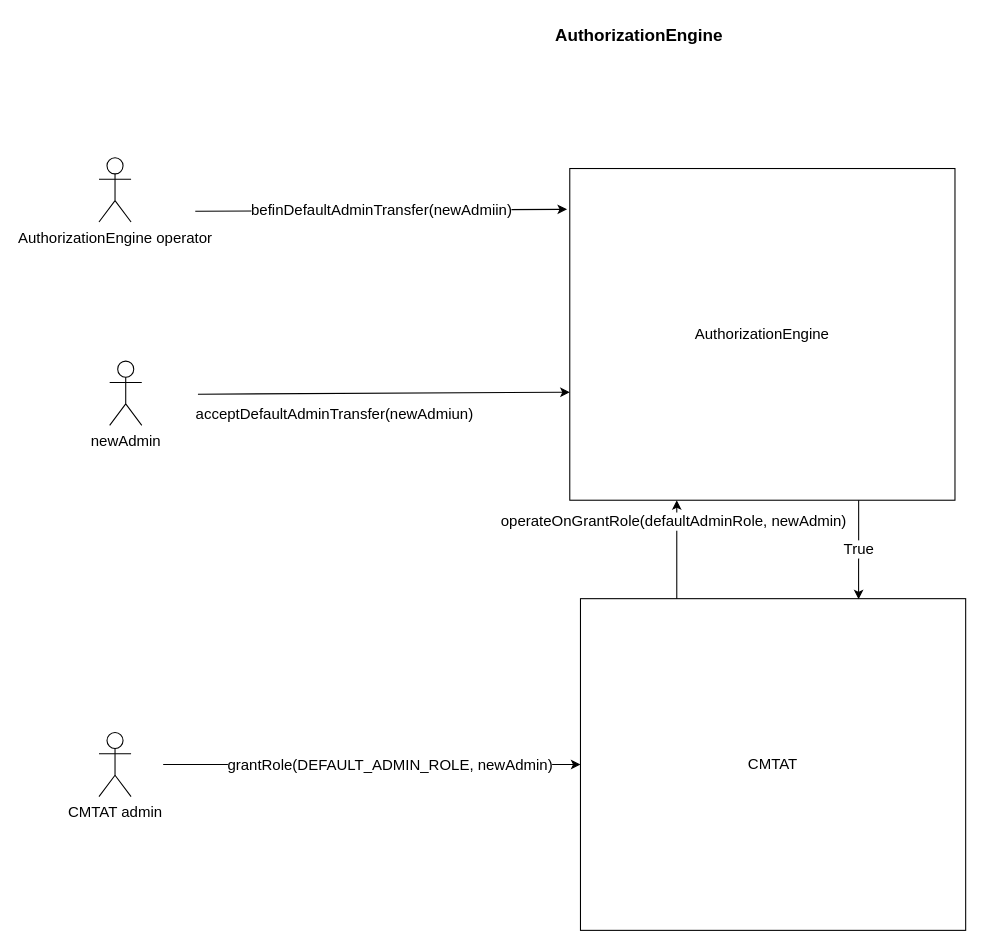
This is doc/schema/authorizationEngine.drawio from CMTA/AuthorizationEngine, a draw.io file, before an edit. Source tidied: cells renumbered, new cells numbered last; positions are measured from the earlier drawing's top-left corner, leaving out a move shared by most shapes. Both pictures are drawn from the tidied source at 107%, with x=0, y=0 at pixel (98, 18).
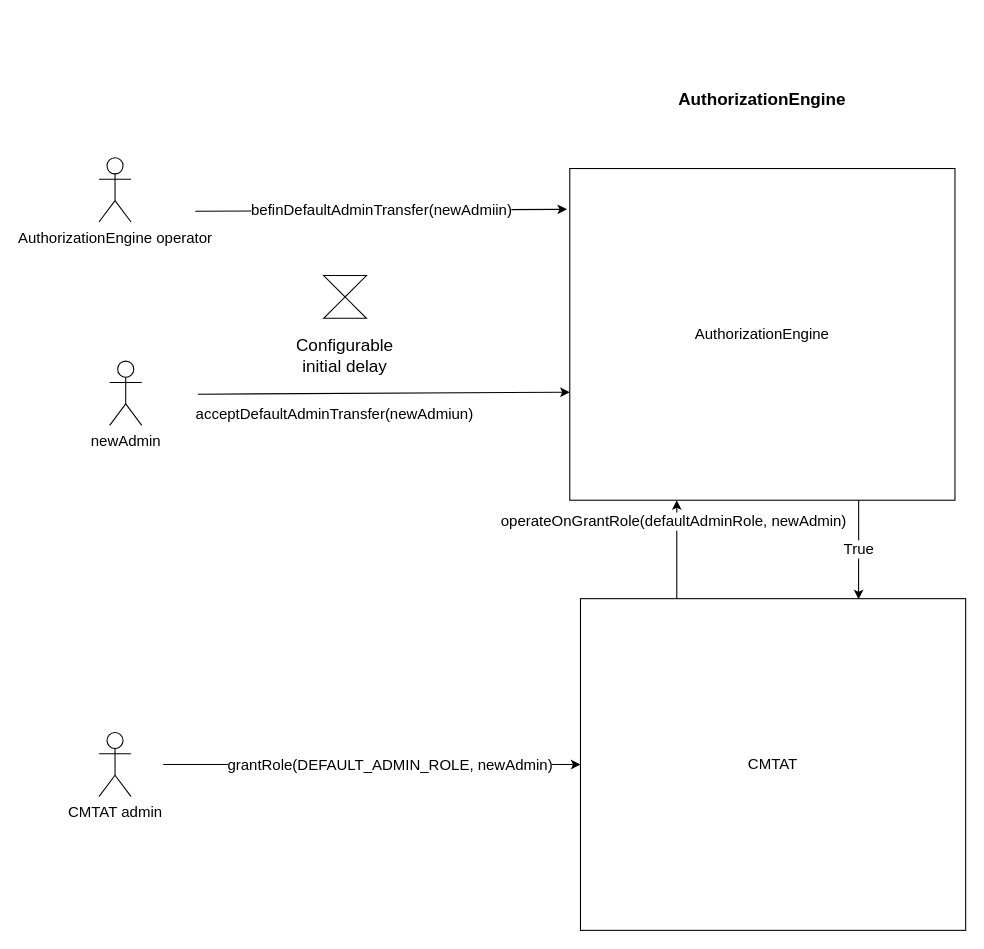
Above is the later version.

The edit, as a diff of the source:
```diff
@@
 <mxGraphModel>
   <root>
     <mxCell id="0" />
     <mxCell id="1" parent="0" />
     <mxCell id="2" value="AuthorizationEngine" style="rounded=0;whiteSpace=wrap;html=1;fontSize=14;" parent="1" vertex="1">
       <mxGeometry x="440" y="140" width="360" height="310" as="geometry" />
     </mxCell>
     <mxCell id="3" value="befinDefaultAdminTransfer(newAdmiin)" style="endArrow=classic;html=1;rounded=0;entryX=-0.007;entryY=0.123;entryDx=0;entryDy=0;entryPerimeter=0;fontSize=14;" parent="1" edge="1" target="2">
       <mxGeometry relative="1" as="geometry">
         <mxPoint x="90" y="180" as="sourcePoint" />
       </mxGeometry>
     </mxCell>
     <mxCell id="4" value="AuthorizationEngine operator" style="shape=umlActor;verticalLabelPosition=bottom;verticalAlign=top;html=1;fontSize=14;" parent="1" vertex="1">
       <mxGeometry y="130" width="30" height="60" as="geometry" />
     </mxCell>
     <mxCell id="5" value="newAdmin" style="shape=umlActor;verticalLabelPosition=bottom;verticalAlign=top;html=1;fontSize=14;" parent="1" vertex="1">
       <mxGeometry x="10" y="320" width="30" height="60" as="geometry" />
     </mxCell>
     <mxCell id="6" value="acceptDefaultAdminTransfer(newAdmiun)" style="endArrow=classic;html=1;rounded=0;entryX=-0.007;entryY=0.123;entryDx=0;entryDy=0;entryPerimeter=0;fontSize=14;" parent="1" edge="1">
       <mxGeometry x="-0.27" y="-20" relative="1" as="geometry">
         <mxPoint x="92.5" y="350.9" as="sourcePoint" />
         <mxPoint x="440" y="349.1" as="targetPoint" />
       </mxGeometry>
     </mxCell>
     <mxCell id="7" value="CMTAT" style="rounded=0;whiteSpace=wrap;html=1;fontSize=14;" parent="1" vertex="1">
       <mxGeometry x="450" y="542" width="360" height="310" as="geometry" />
     </mxCell>
     <mxCell id="8" style="endArrow=classic;html=1;rounded=0;entryX=0;entryY=0.5;entryDx=0;entryDy=0;fontSize=14;" parent="1" edge="1" target="7">
       <mxGeometry relative="1" as="geometry">
         <mxPoint x="60" y="697" as="sourcePoint" />
       </mxGeometry>
     </mxCell>
     <mxCell id="9" value="grantRole(DEFAULT_ADMIN_ROLE, newAdmin)" style="edgeLabel;html=1;align=center;verticalAlign=middle;fontSize=14;" parent="8" vertex="1">
       <mxGeometry x="0.08" relative="1" as="geometry" />
     </mxCell>
     <mxCell id="10" value="CMTAT admin" style="shape=umlActor;verticalLabelPosition=bottom;verticalAlign=top;html=1;fontSize=14;" parent="1" vertex="1">
       <mxGeometry y="667" width="30" height="60" as="geometry" />
     </mxCell>
     <mxCell id="11" style="endArrow=classic;html=1;rounded=0;exitX=0.25;exitY=0;exitDx=0;exitDy=0;fontSize=14;" parent="1" edge="1" source="7">
       <mxGeometry relative="1" as="geometry">
         <mxPoint x="540" y="450" as="targetPoint" />
       </mxGeometry>
     </mxCell>
     <mxCell id="12" value="operateOnGrantRole(defaultAdminRole, newAdmin)" style="edgeLabel;html=1;align=center;verticalAlign=middle;fontSize=14;" parent="11" vertex="1">
       <mxGeometry x="0.59" y="4" relative="1" as="geometry" />
     </mxCell>
     <mxCell id="13" value="True" style="endArrow=classic;html=1;rounded=0;entryX=0.722;entryY=0.002;entryDx=0;entryDy=0;entryPerimeter=0;exitX=0.75;exitY=1;exitDx=0;exitDy=0;fontSize=14;" parent="1" edge="1" source="2" target="7">
       <mxGeometry relative="1" as="geometry" />
     </mxCell>
     <mxCell id="14" value="AuthorizationEngine" style="text;html=1;strokeColor=none;fillColor=none;align=center;verticalAlign=middle;whiteSpace=wrap;rounded=0;fontSize=16;fontStyle=1;" parent="1" vertex="1">
-      <mxGeometry x="380" width="250" height="30" as="geometry" />
+      <mxGeometry x="495" y="60" width="250" height="30" as="geometry" />
     </mxCell>
+    <mxCell id="15" style="shape=collate;whiteSpace=wrap;html=1;fontSize=16;" parent="1" vertex="1">
+      <mxGeometry x="210" y="240" width="40" height="40" as="geometry" />
+    </mxCell>
+    <mxCell id="16" value="Configurable initial delay" style="text;html=1;strokeColor=none;fillColor=none;align=center;verticalAlign=middle;whiteSpace=wrap;rounded=0;fontSize=16;" parent="1" vertex="1">
+      <mxGeometry x="200" y="300" width="60" height="30" as="geometry" />
+    </mxCell>
   </root>
 </mxGraphModel>
```
